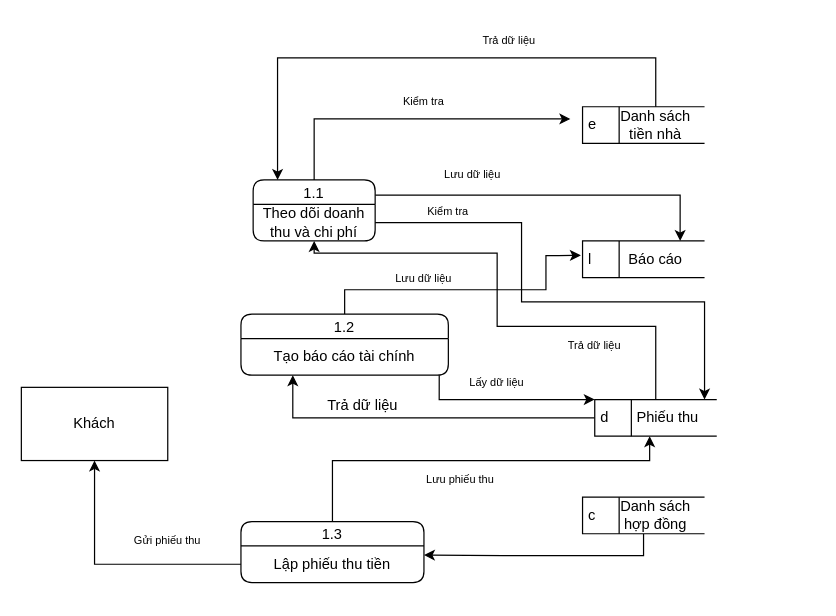
Earlier version of the draw.io diagram Phân tích thiết kế hệ thống/Tuan4_5/draw.io file/QLTaiChinh.drawio (Nguyeniris123/DH22IT01OU). Source tidied: cells renumbered, new cells numbered last; positions are measured from the earlier drawing's top-left corner, leaving out a move shared by most shapes. Both pictures are drawn from the tidied source at 122%, with x=0, y=0 at pixel (21, 21).
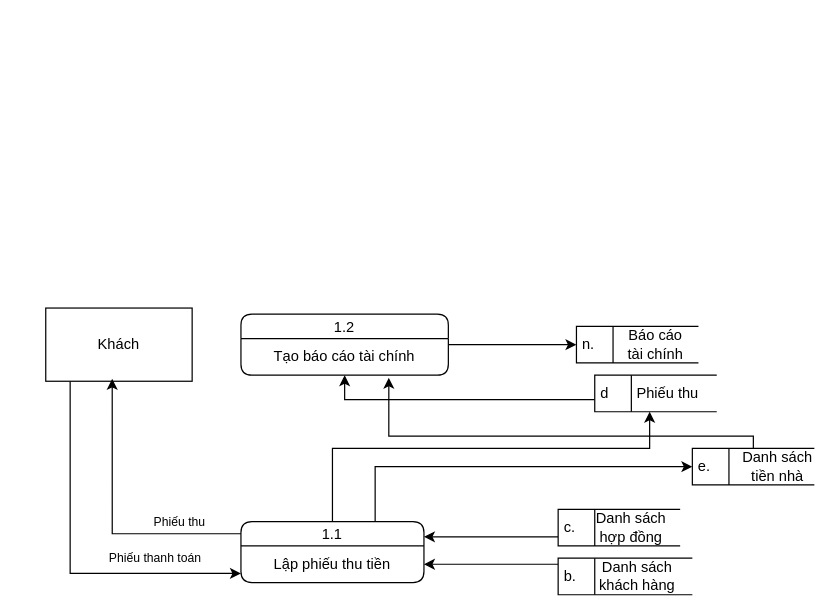
After the change.

Unchanged cells that the change refers to:
```xml
<mxCell id="4" value="1.2" style="swimlane;fontStyle=0;horizontal=1;startSize=20;fillColor=#ffffff;swimlaneFillColor=#ffffff;rounded=1;" parent="1" vertex="1">
  <mxGeometry x="180" y="240" width="170" height="50" as="geometry" />
</mxCell>
<mxCell id="5" value="Tạo báo cáo tài chính" style="text;html=1;align=center;verticalAlign=middle;whiteSpace=wrap;rounded=0;" parent="4" vertex="1">
  <mxGeometry y="20" width="170" height="30" as="geometry" />
</mxCell>
<mxCell id="12" value="Lập phiếu thu tiền" style="text;html=1;align=center;verticalAlign=middle;whiteSpace=wrap;rounded=0;" parent="11" vertex="1">
  <mxGeometry y="20" width="150" height="30" as="geometry" />
</mxCell>
```

Diff of the diagram source:
```diff
@@
+    <mxCell id="38" style="edgeStyle=orthogonalEdgeStyle;rounded=0;jettySize=auto;html=1;entryX=0;entryY=0.75;entryDx=0;entryDy=0;" parent="1" edge="1" source="2" target="12">
+      <mxGeometry relative="1" as="geometry">
+        <Array as="points">
+          <mxPoint x="40" y="453" />
+        </Array>
+      </mxGeometry>
+    </mxCell>
     <mxCell id="2" value="Khách" style="rounded=0;whiteSpace=wrap;html=1;" parent="1" vertex="1">
-      <mxGeometry y="300" width="120" height="60" as="geometry" />
+      <mxGeometry x="20" y="235" width="120" height="60" as="geometry" />
     </mxCell>
-    <mxCell id="3" style="edgeStyle=orthogonalEdgeStyle;rounded=0;jettySize=auto;html=1;entryX=-0.014;entryY=0.394;entryDx=0;entryDy=0;entryPerimeter=0;" parent="1" edge="1" source="4" target="28">
-      <mxGeometry relative="1" as="geometry">
-        <Array as="points">
-          <mxPoint x="265" y="220" />
-          <mxPoint x="430" y="220" />
-          <mxPoint x="430" y="192" />
-          <mxPoint x="440" y="192" />
-        </Array>
-      </mxGeometry>
+    <mxCell id="3" style="edgeStyle=orthogonalEdgeStyle;rounded=0;jettySize=auto;html=1;entryX=0;entryY=0.5;entryDx=0;entryDy=0;" parent="1" edge="1" source="4" target="28">
+      <mxGeometry relative="1" as="geometry" />
     </mxCell>
@@
-    <mxCell id="6" style="edgeStyle=orthogonalEdgeStyle;rounded=0;jettySize=auto;html=1;exitX=1;exitY=0.25;exitDx=0;exitDy=0;entryX=0.833;entryY=0;entryDx=0;entryDy=0;entryPerimeter=0;" parent="1" edge="1" source="8" target="30">
-      <mxGeometry relative="1" as="geometry">
-        <Array as="points">
-          <mxPoint x="540" y="143" />
-        </Array>
-      </mxGeometry>
-    </mxCell>
-    <mxCell id="7" style="edgeStyle=orthogonalEdgeStyle;rounded=0;jettySize=auto;html=1;exitX=0.5;exitY=0;exitDx=0;exitDy=0;" parent="1" edge="1" source="8">
-      <mxGeometry relative="1" as="geometry">
-        <mxPoint x="450" y="80" as="targetPoint" />
-        <Array as="points">
-          <mxPoint x="240" y="80" />
-        </Array>
-      </mxGeometry>
-    </mxCell>
-    <mxCell id="8" value="1.1" style="swimlane;fontStyle=0;horizontal=1;startSize=20;fillColor=#ffffff;swimlaneFillColor=#ffffff;rounded=1;" parent="1" vertex="1">
-      <mxGeometry x="190" y="130" width="100" height="50" as="geometry" />
-    </mxCell>
-    <mxCell id="9" value="Theo dõi doanh thu và chi phí" style="text;html=1;align=center;verticalAlign=middle;whiteSpace=wrap;rounded=0;" parent="8" vertex="1">
-      <mxGeometry y="20" width="100" height="30" as="geometry" />
-    </mxCell>
     <mxCell id="10" style="edgeStyle=orthogonalEdgeStyle;rounded=0;jettySize=auto;html=1;entryX=0.25;entryY=1;entryDx=0;entryDy=0;" parent="1" edge="1" source="11" target="20">
       <mxGeometry relative="1" as="geometry">
         <Array as="points">
-          <mxPoint x="255" y="360" />
-          <mxPoint x="515" y="360" />
+          <mxPoint x="255" y="350" />
+          <mxPoint x="515" y="350" />
         </Array>
       </mxGeometry>
     </mxCell>
+    <mxCell id="39" style="edgeStyle=orthogonalEdgeStyle;rounded=0;jettySize=auto;html=1;entryX=0;entryY=0.5;entryDx=0;entryDy=0;" parent="1" edge="1" source="11" target="13">
+      <mxGeometry relative="1" as="geometry">
+        <Array as="points">
+          <mxPoint x="290" y="365" />
+        </Array>
+      </mxGeometry>
+    </mxCell>
-    <mxCell id="11" value="1.3" style="swimlane;fontStyle=0;horizontal=1;startSize=20;fillColor=#ffffff;swimlaneFillColor=#ffffff;rounded=1;" parent="1" vertex="1">
+    <mxCell id="11" value="1.1" style="swimlane;fontStyle=0;horizontal=1;startSize=20;fillColor=#ffffff;swimlaneFillColor=#ffffff;rounded=1;" parent="1" vertex="1">
       <mxGeometry x="180" y="410" width="150" height="50" as="geometry" />
     </mxCell>
@@
-    <mxCell id="13" value="e" style="html=1;dashed=0;whiteSpace=wrap;shape=mxgraph.dfd.dataStoreID;align=left;spacingLeft=3;points=[[0,0],[0.5,0],[1,0],[0,0.5],[1,0.5],[0,1],[0.5,1],[1,1]];" parent="1" vertex="1">
-      <mxGeometry x="460" y="70" width="100" height="30" as="geometry" />
+    <mxCell id="13" value="e." style="html=1;dashed=0;whiteSpace=wrap;shape=mxgraph.dfd.dataStoreID;align=left;spacingLeft=3;points=[[0,0],[0.5,0],[1,0],[0,0.5],[1,0.5],[0,1],[0.5,1],[1,1]];" parent="1" vertex="1">
+      <mxGeometry x="550" y="350" width="100" height="30" as="geometry" />
     </mxCell>
-    <mxCell id="14" style="edgeStyle=orthogonalEdgeStyle;rounded=0;jettySize=auto;html=1;entryX=0.25;entryY=1;entryDx=0;entryDy=0;" parent="1" edge="1" source="16" target="5">
-      <mxGeometry relative="1" as="geometry" />
+    <mxCell id="14" style="edgeStyle=orthogonalEdgeStyle;rounded=0;jettySize=auto;html=1;entryX=0.5;entryY=1;entryDx=0;entryDy=0;" parent="1" edge="1" source="16" target="5">
+      <mxGeometry relative="1" as="geometry">
+        <Array as="points">
+          <mxPoint x="265" y="310" />
+        </Array>
+      </mxGeometry>
     </mxCell>
-    <mxCell id="15" style="edgeStyle=orthogonalEdgeStyle;rounded=0;jettySize=auto;html=1;entryX=0.5;entryY=1;entryDx=0;entryDy=0;" parent="1" edge="1" source="16" target="9">
-      <mxGeometry relative="1" as="geometry">
-        <Array as="points">
-          <mxPoint x="520" y="250" />
-          <mxPoint x="390" y="250" />
-          <mxPoint x="390" y="190" />
-          <mxPoint x="240" y="190" />
-        </Array>
-      </mxGeometry>
-    </mxCell>
     <mxCell id="16" value="d" style="html=1;dashed=0;whiteSpace=wrap;shape=mxgraph.dfd.dataStoreID;align=left;spacingLeft=3;points=[[0,0],[0.5,0],[1,0],[0,0.5],[1,0.5],[0,1],[0.5,1],[1,1]];" parent="1" vertex="1">
-      <mxGeometry x="470" y="310" width="100" height="30" as="geometry" />
+      <mxGeometry x="470" y="290" width="100" height="30" as="geometry" />
     </mxCell>
-    <mxCell id="17" style="edgeStyle=orthogonalEdgeStyle;rounded=0;jettySize=auto;html=1;entryX=1;entryY=0.25;entryDx=0;entryDy=0;" parent="1" edge="1" source="18" target="12">
-      <mxGeometry relative="1" as="geometry">
-        <Array as="points">
-          <mxPoint x="510" y="438" />
-          <mxPoint x="395" y="438" />
-        </Array>
-      </mxGeometry>
-    </mxCell>
+    <mxCell id="40" style="edgeStyle=orthogonalEdgeStyle;rounded=0;jettySize=auto;html=1;entryX=1;entryY=0.25;entryDx=0;entryDy=0;" parent="1" edge="1" source="18" target="11">
+      <mxGeometry relative="1" as="geometry">
+        <Array as="points">
+          <mxPoint x="385" y="423" />
+        </Array>
+      </mxGeometry>
+    </mxCell>
-    <mxCell id="18" value="c" style="html=1;dashed=0;whiteSpace=wrap;shape=mxgraph.dfd.dataStoreID;align=left;spacingLeft=3;points=[[0,0],[0.5,0],[1,0],[0,0.5],[1,0.5],[0,1],[0.5,1],[1,1]];" parent="1" vertex="1">
-      <mxGeometry x="460" y="390" width="100" height="30" as="geometry" />
+    <mxCell id="18" value="c." style="html=1;dashed=0;whiteSpace=wrap;shape=mxgraph.dfd.dataStoreID;align=left;spacingLeft=3;points=[[0,0],[0.5,0],[1,0],[0,0.5],[1,0.5],[0,1],[0.5,1],[1,1]];" parent="1" vertex="1">
+      <mxGeometry x="440" y="400" width="100" height="30" as="geometry" />
     </mxCell>
     <mxCell id="19" value="Danh sách hợp đồng" style="text;html=1;align=center;verticalAlign=middle;whiteSpace=wrap;rounded=0;" parent="1" vertex="1">
-      <mxGeometry x="490" y="390" width="60" height="30" as="geometry" />
+      <mxGeometry x="465" y="400" width="70" height="30" as="geometry" />
     </mxCell>
     <mxCell id="20" value="Phiếu thu" style="text;html=1;align=center;verticalAlign=middle;whiteSpace=wrap;rounded=0;" parent="1" vertex="1">
-      <mxGeometry x="500" y="310" width="60" height="30" as="geometry" />
+      <mxGeometry x="500" y="290" width="60" height="30" as="geometry" />
     </mxCell>
-    <mxCell id="21" style="edgeStyle=orthogonalEdgeStyle;rounded=0;jettySize=auto;html=1;entryX=0.2;entryY=0;entryDx=0;entryDy=0;entryPerimeter=0;" parent="1" edge="1" source="22" target="8">
-      <mxGeometry relative="1" as="geometry">
-        <Array as="points">
-          <mxPoint x="520" y="30" />
-          <mxPoint x="210" y="30" />
-        </Array>
-      </mxGeometry>
-    </mxCell>
     <mxCell id="22" value="Danh sách tiền nhà" style="text;html=1;align=center;verticalAlign=middle;whiteSpace=wrap;rounded=0;" parent="1" vertex="1">
-      <mxGeometry x="490" y="70" width="60" height="30" as="geometry" />
+      <mxGeometry x="590" y="350" width="60" height="30" as="geometry" />
     </mxCell>
-    <mxCell id="23" value="&lt;font style=&quot;font-size: 9px;&quot;&gt;Gửi phiếu thu&lt;/font&gt;" style="text;html=1;align=center;verticalAlign=middle;whiteSpace=wrap;rounded=0;" parent="1" vertex="1">
-      <mxGeometry x="80" y="410" width="80" height="30" as="geometry" />
+    <mxCell id="23" value="&lt;font style=&quot;font-size: 10px;&quot;&gt;Phiếu thu&lt;/font&gt;" style="text;html=1;align=center;verticalAlign=middle;whiteSpace=wrap;rounded=0;" parent="1" vertex="1">
+      <mxGeometry x="90" y="400" width="80" height="20" as="geometry" />
     </mxCell>
-    <mxCell id="24" value="&lt;font style=&quot;font-size: 9px;&quot;&gt;Lưu phiếu thu&lt;/font&gt;" style="text;html=1;align=center;verticalAlign=middle;whiteSpace=wrap;rounded=0;" parent="1" vertex="1">
-      <mxGeometry x="320" y="360" width="80" height="30" as="geometry" />
-    </mxCell>
-    <mxCell id="25" style="edgeStyle=orthogonalEdgeStyle;rounded=0;jettySize=auto;html=1;entryX=0;entryY=0;entryDx=0;entryDy=0;exitX=0.956;exitY=1.004;exitDx=0;exitDy=0;exitPerimeter=0;" parent="1" edge="1" source="5" target="16">
-      <mxGeometry relative="1" as="geometry">
-        <Array as="points">
-          <mxPoint x="342" y="310" />
-        </Array>
-      </mxGeometry>
-    </mxCell>
-    <mxCell id="26" value="&lt;font style=&quot;font-size: 9px;&quot;&gt;Lấy dữ liệu&lt;/font&gt;" style="text;html=1;align=center;verticalAlign=middle;whiteSpace=wrap;rounded=0;" parent="1" vertex="1">
-      <mxGeometry x="350" y="280" width="80" height="30" as="geometry" />
-    </mxCell>
-    <mxCell id="27" value="Trả dữ liệu" style="text;html=1;align=center;verticalAlign=middle;whiteSpace=wrap;rounded=0;" parent="1" vertex="1">
-      <mxGeometry x="240" y="300" width="80" height="30" as="geometry" />
-    </mxCell>
-    <mxCell id="28" value="l" style="html=1;dashed=0;whiteSpace=wrap;shape=mxgraph.dfd.dataStoreID;align=left;spacingLeft=3;points=[[0,0],[0.5,0],[1,0],[0,0.5],[1,0.5],[0,1],[0.5,1],[1,1]];" parent="1" vertex="1">
-      <mxGeometry x="460" y="180" width="100" height="30" as="geometry" />
+    <mxCell id="28" value="n." style="html=1;dashed=0;whiteSpace=wrap;shape=mxgraph.dfd.dataStoreID;align=left;spacingLeft=3;points=[[0,0],[0.5,0],[1,0],[0,0.5],[1,0.5],[0,1],[0.5,1],[1,1]];" parent="1" vertex="1">
+      <mxGeometry x="455" y="250" width="100" height="30" as="geometry" />
     </mxCell>
-    <mxCell id="29" value="&lt;font style=&quot;font-size: 9px;&quot;&gt;Lưu dữ liệu&lt;/font&gt;" style="text;html=1;align=center;verticalAlign=middle;whiteSpace=wrap;rounded=0;" parent="1" vertex="1">
-      <mxGeometry x="290" y="200" width="80" height="20" as="geometry" />
-    </mxCell>
-    <mxCell id="30" value="Báo cáo" style="text;html=1;align=center;verticalAlign=middle;whiteSpace=wrap;rounded=0;" parent="1" vertex="1">
-      <mxGeometry x="490" y="180" width="60" height="30" as="geometry" />
+    <mxCell id="30" value="Báo cáo tài chính" style="text;html=1;align=center;verticalAlign=middle;whiteSpace=wrap;rounded=0;" parent="1" vertex="1">
+      <mxGeometry x="490" y="250" width="60" height="30" as="geometry" />
     </mxCell>
-    <mxCell id="31" value="&lt;font style=&quot;font-size: 9px;&quot;&gt;Trả dữ liệu&lt;/font&gt;" style="text;html=1;align=center;verticalAlign=middle;whiteSpace=wrap;rounded=0;" parent="1" vertex="1">
-      <mxGeometry x="430" y="250" width="80" height="30" as="geometry" />
-    </mxCell>
-    <mxCell id="32" style="edgeStyle=orthogonalEdgeStyle;rounded=0;jettySize=auto;html=1;entryX=1;entryY=0;entryDx=0;entryDy=0;" parent="1" edge="1" source="9" target="20">
-      <mxGeometry relative="1" as="geometry">
-        <Array as="points">
-          <mxPoint x="410" y="165" />
-          <mxPoint x="410" y="230" />
-          <mxPoint x="560" y="230" />
-        </Array>
-      </mxGeometry>
-    </mxCell>
-    <mxCell id="33" value="&lt;font style=&quot;font-size: 9px;&quot;&gt;Kiểm tra&lt;/font&gt;" style="text;html=1;align=center;verticalAlign=middle;whiteSpace=wrap;rounded=0;" parent="1" vertex="1">
-      <mxGeometry x="310" y="140" width="80" height="30" as="geometry" />
-    </mxCell>
-    <mxCell id="34" value="&lt;font style=&quot;font-size: 9px;&quot;&gt;Lưu dữ liệu&lt;/font&gt;" style="text;html=1;align=center;verticalAlign=middle;whiteSpace=wrap;rounded=0;" parent="1" vertex="1">
-      <mxGeometry x="330" y="110" width="80" height="30" as="geometry" />
-    </mxCell>
-    <mxCell id="35" value="&lt;font style=&quot;font-size: 9px;&quot;&gt;Kiểm tra&lt;/font&gt;" style="text;html=1;align=center;verticalAlign=middle;whiteSpace=wrap;rounded=0;" parent="1" vertex="1">
-      <mxGeometry x="290" y="50" width="80" height="30" as="geometry" />
-    </mxCell>
-    <mxCell id="36" value="&lt;font style=&quot;font-size: 9px;&quot;&gt;Trả dữ liệu&lt;/font&gt;" style="text;html=1;align=center;verticalAlign=middle;whiteSpace=wrap;rounded=0;" parent="1" vertex="1">
-      <mxGeometry x="360" width="80" height="30" as="geometry" />
-    </mxCell>
-    <mxCell id="37" style="edgeStyle=orthogonalEdgeStyle;rounded=0;jettySize=auto;html=1;entryX=0.5;entryY=1;entryDx=0;entryDy=0;" parent="1" edge="1" source="12" target="2">
-      <mxGeometry relative="1" as="geometry" />
-    </mxCell>
+    <mxCell id="41" value="&lt;font style=&quot;font-size: 10px;&quot;&gt;Phiếu thanh toán&lt;/font&gt;" style="text;html=1;align=center;verticalAlign=middle;whiteSpace=wrap;rounded=0;" parent="1" vertex="1">
+      <mxGeometry x="70" y="430" width="80" height="20" as="geometry" />
+    </mxCell>
+    <mxCell id="42" style="edgeStyle=orthogonalEdgeStyle;rounded=0;jettySize=auto;html=1;entryX=1;entryY=0.5;entryDx=0;entryDy=0;" parent="1" edge="1" source="43" target="12">
+      <mxGeometry relative="1" as="geometry">
+        <Array as="points">
+          <mxPoint x="420" y="445" />
+          <mxPoint x="420" y="445" />
+        </Array>
+      </mxGeometry>
+    </mxCell>
+    <mxCell id="43" value="b." style="html=1;dashed=0;whiteSpace=wrap;shape=mxgraph.dfd.dataStoreID;align=left;spacingLeft=3;points=[[0,0],[0.5,0],[1,0],[0,0.5],[1,0.5],[0,1],[0.5,1],[1,1]];" parent="1" vertex="1">
+      <mxGeometry x="440" y="440" width="110" height="30" as="geometry" />
+    </mxCell>
+    <mxCell id="44" value="Danh sách khách hàng" style="text;html=1;align=center;verticalAlign=middle;whiteSpace=wrap;rounded=0;" parent="1" vertex="1">
+      <mxGeometry x="460" y="440" width="90" height="30" as="geometry" />
+    </mxCell>
+    <mxCell id="45" style="edgeStyle=orthogonalEdgeStyle;rounded=0;jettySize=auto;html=1;entryX=0.454;entryY=0.967;entryDx=0;entryDy=0;entryPerimeter=0;" parent="1" edge="1" source="11" target="2">
+      <mxGeometry relative="1" as="geometry">
+        <Array as="points">
+          <mxPoint x="75" y="420" />
+        </Array>
+      </mxGeometry>
+    </mxCell>
+    <mxCell id="46" style="edgeStyle=orthogonalEdgeStyle;rounded=0;jettySize=auto;html=1;entryX=0.713;entryY=1.072;entryDx=0;entryDy=0;entryPerimeter=0;" parent="1" edge="1" source="13" target="5">
+      <mxGeometry relative="1" as="geometry">
+        <Array as="points">
+          <mxPoint x="600" y="340" />
+          <mxPoint x="301" y="340" />
+        </Array>
+      </mxGeometry>
+    </mxCell>
```
